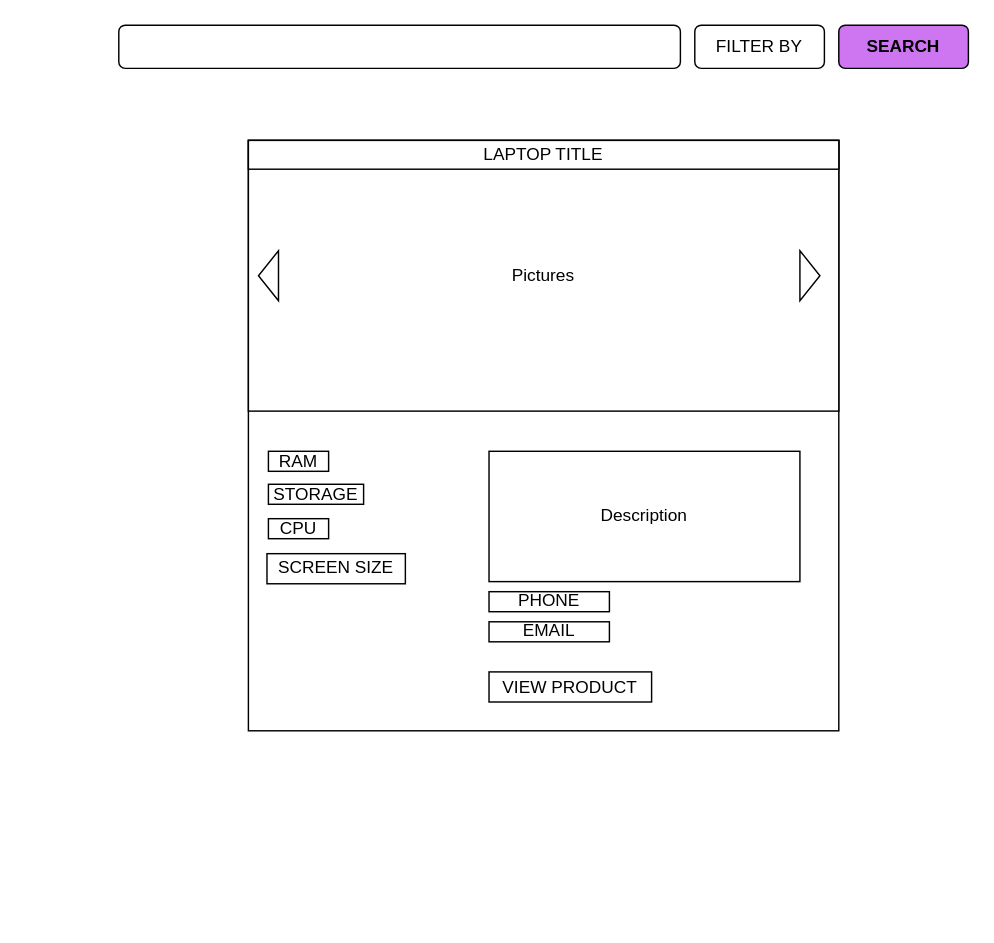
Before: src/Product-Designs/Storedesign.dio in kevin-magu/buy-laptops, a draw.io diagram. Source tidied: cells renumbered, new cells numbered last; positions are measured from the earlier drawing's top-left corner, leaving out a move shared by most shapes. Both pictures are drawn from the tidied source at 144%, with x=0, y=0 at pixel (118, 24).
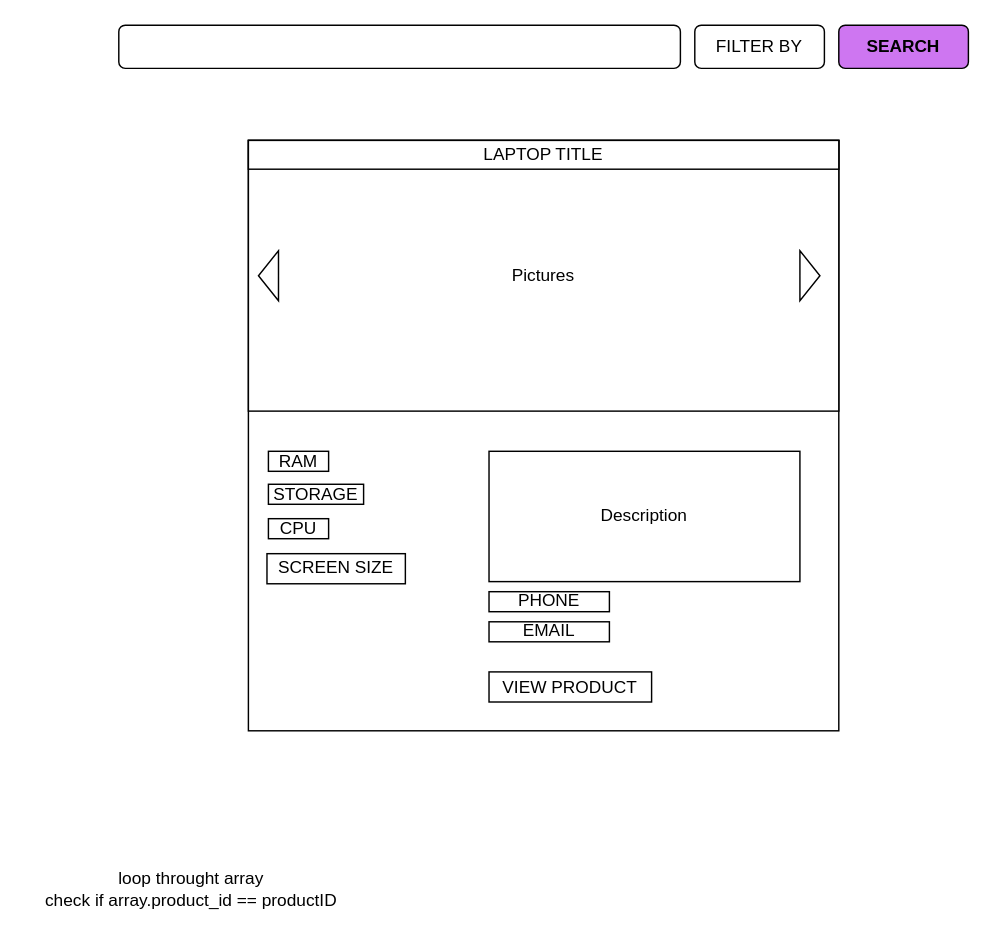
Above is the later version.

Commit message (it also covers changes not shown here):
web store

Change to the diagram source:
```diff
@@
+    <mxCell id="23" value="loop throught array&lt;br&gt;check if array.product_id == productID" style="text;html=1;align=center;verticalAlign=middle;strokeColor=none;fillColor=none;" parent="1" vertex="1">
+      <mxGeometry x="-65" y="580" width="230" height="40" as="geometry" />
+    </mxCell>
```
